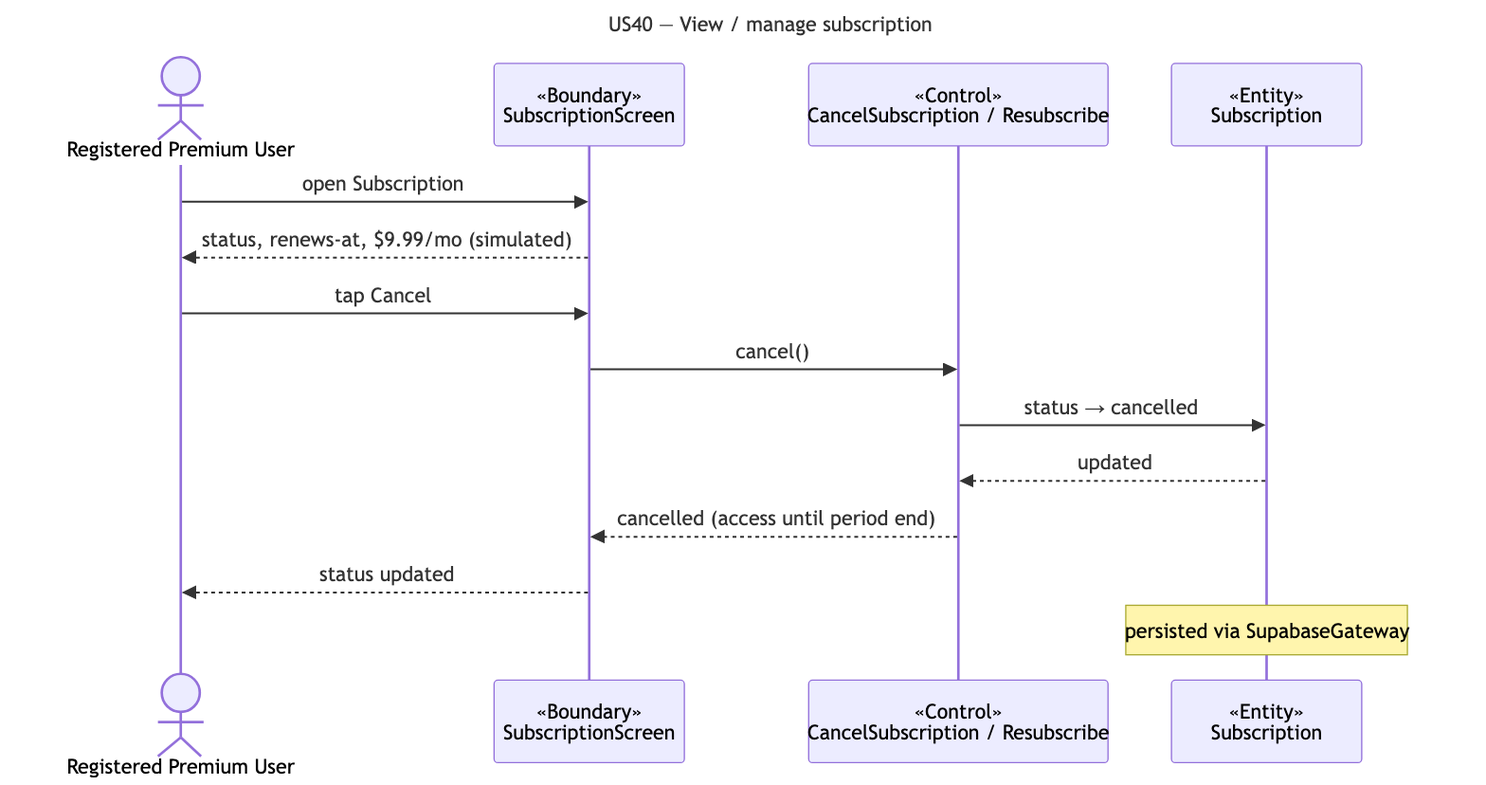
Earlier version of the Mermaid export docs/deliverables/sequence-diagrams/US40-manage-subscription.png (cyuanjun/FYP-26-S2-37-app). Its source is kept beside it as docs/deliverables/sequence-diagrams/src/US40-manage-subscription.mmd.
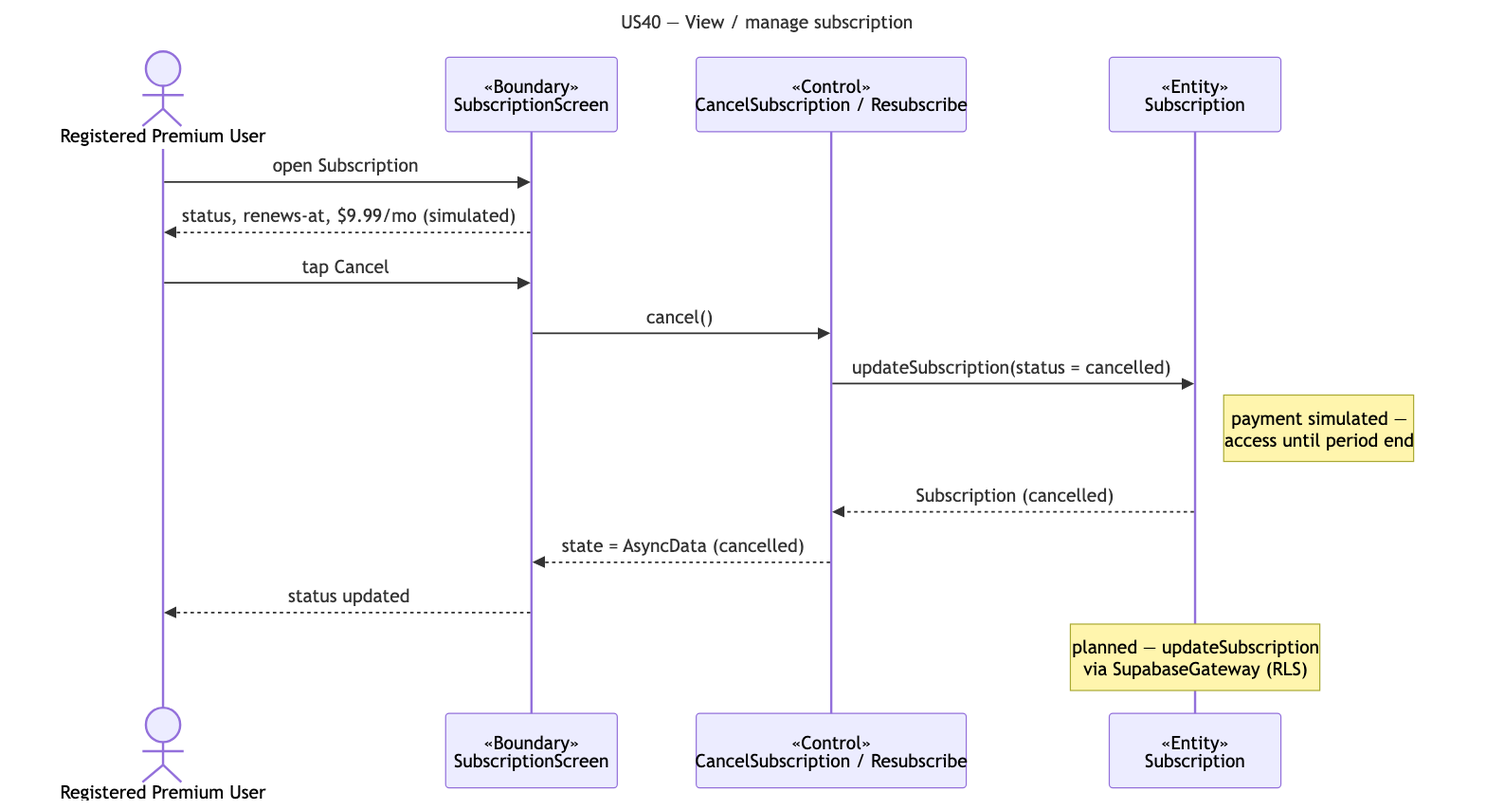
The same file after the commit.

What changed in the source:
```diff
@@ -10,8 +10,9 @@
   B-->>A: status, renews-at, $9.99/mo (simulated)
   A->>B: tap Cancel
   B->>C: cancel()
-  C->>E: status → cancelled
-  E-->>C: updated
-  C-->>B: cancelled (access until period end)
+  C->>E: updateSubscription(status = cancelled)
+  note right of E: payment simulated —<br/>access until period end
+  E-->>C: Subscription (cancelled)
+  C-->>B: state = AsyncData (cancelled)
   B-->>A: status updated
-  note over E: persisted via SupabaseGateway
+  note over E: planned — updateSubscription<br/>via SupabaseGateway (RLS)
```
